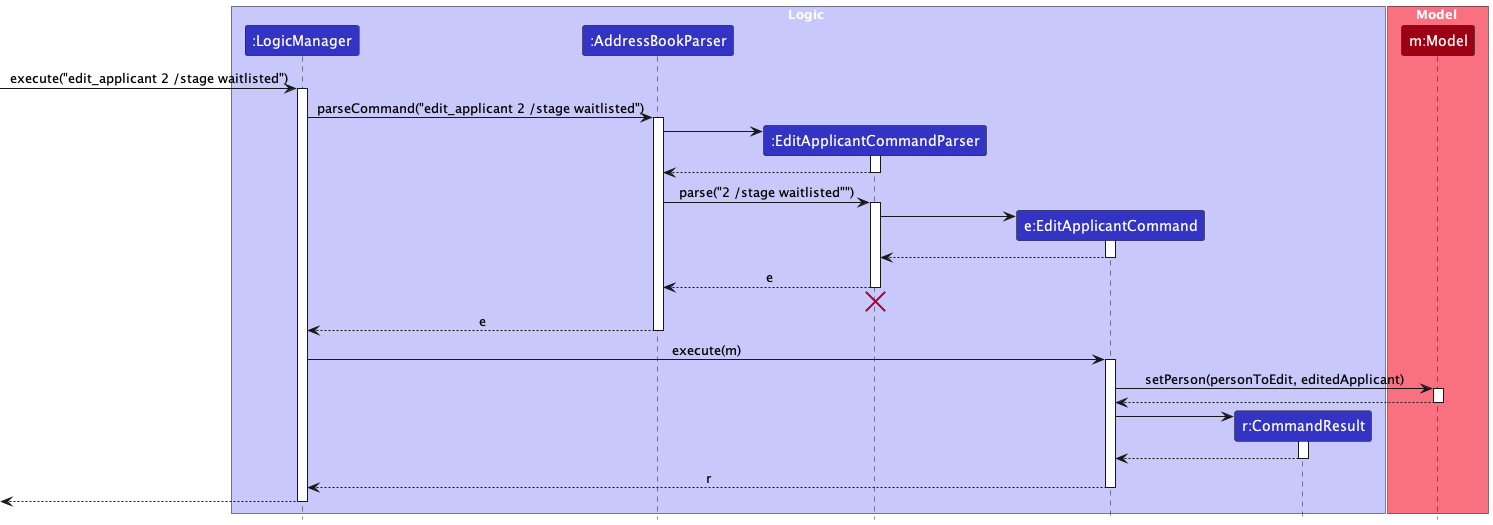
This is docs/images/EditSequenceDiagram.png from ys112/tp, a PlantUML export, as it was before one commit.
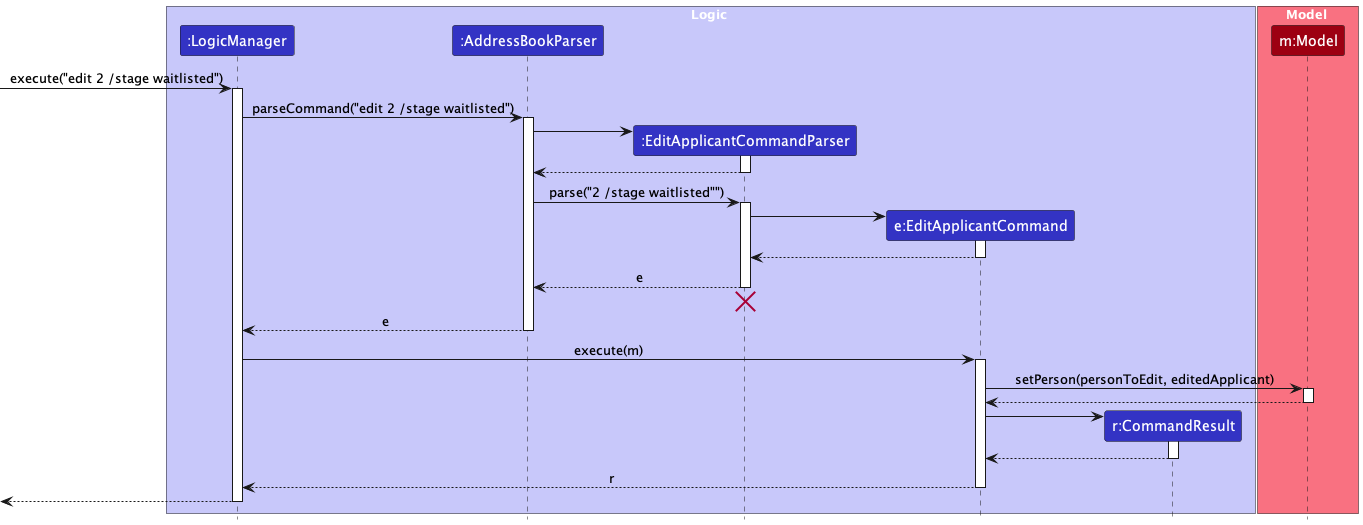
The same diagram one commit later.

Diff of the diagram source:
```diff
@@ -14,10 +14,10 @@
 participant "m:Model" as Model MODEL_COLOR
 end box
 
-[-> LogicManager : execute("edit_applicant 2 /stage waitlisted")
+[-> LogicManager : execute("edit 2 /stage waitlisted")
 activate LogicManager
 
-LogicManager -> AddressBookParser : parseCommand("edit_applicant 2 /stage waitlisted")
+LogicManager -> AddressBookParser : parseCommand("edit 2 /stage waitlisted")
 activate AddressBookParser
 
 create EditApplicantCommandParser
```
